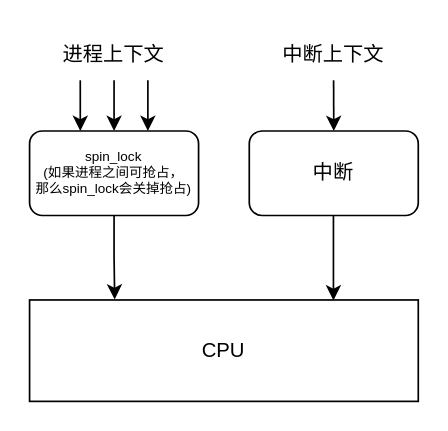
Earlier version of the draw.io diagram spin_lock作用域.drawio (denglin12315/drawio_repo). Source tidied: cells renumbered, new cells numbered last; positions are measured from the earlier drawing's top-left corner, leaving out a move shared by most shapes. Both pictures are drawn from the tidied source at 169%, with x=0, y=0 at pixel (29, 29).
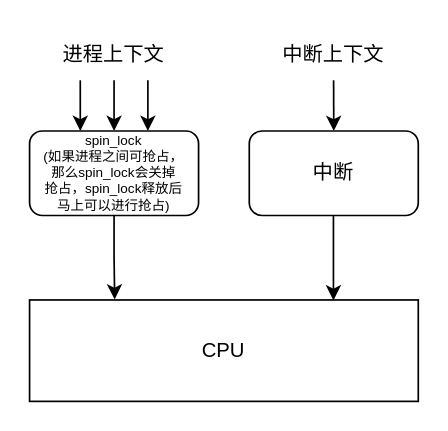
The same page after the edit.

Commit message (it also covers changes not shown here):
更新spin_lock作用域.drawio

What changed in the source:
```diff
@@
 <mxGraphModel>
   <root>
     <mxCell id="0" />
     <mxCell id="1" parent="0" />
     <mxCell id="2" value="CPU" style="rounded=0;whiteSpace=wrap;html=1;" parent="1" vertex="1">
       <mxGeometry y="160" width="230" height="60" as="geometry" />
     </mxCell>
-    <mxCell id="3" value="spin_lock&lt;div style=&quot;font-size: 8px;&quot;&gt;(如果进程之间可抢占，&lt;/div&gt;&lt;div style=&quot;font-size: 8px;&quot;&gt;那么spin_lock会关掉抢占)&lt;/div&gt;" style="rounded=1;whiteSpace=wrap;html=1;fontSize=8;" parent="1" vertex="1">
+    <mxCell id="3" value="spin_lock&lt;div style=&quot;font-size: 8px;&quot;&gt;(如果进程之间可抢占，&lt;/div&gt;&lt;div style=&quot;font-size: 8px;&quot;&gt;那么spin_lock会关掉&lt;/div&gt;&lt;div style=&quot;font-size: 8px;&quot;&gt;抢占，spin_lock释放后&lt;/div&gt;&lt;div style=&quot;font-size: 8px;&quot;&gt;马上可以进行抢占)&lt;/div&gt;" style="rounded=1;whiteSpace=wrap;html=1;fontSize=8;" parent="1" vertex="1">
       <mxGeometry y="60" width="100" height="50" as="geometry" />
     </mxCell>
     <mxCell id="4" style="endArrow=classic;html=1;rounded=0;entryX=0.5;entryY=0;entryDx=0;entryDy=0;" parent="1" edge="1" target="3">
       <mxGeometry relative="1" as="geometry">
         <mxPoint x="50" y="30" as="sourcePoint" />
       </mxGeometry>
     </mxCell>
     <mxCell id="5" style="edgeStyle=orthogonalEdgeStyle;rounded=0;jettySize=auto;html=1;exitX=0.5;exitY=1;exitDx=0;exitDy=0;entryX=0.219;entryY=-0.005;entryDx=0;entryDy=0;entryPerimeter=0;" parent="1" edge="1" source="3" target="2">
       <mxGeometry relative="1" as="geometry" />
     </mxCell>
     <mxCell id="6" value="中断" style="rounded=1;whiteSpace=wrap;html=1;" parent="1" vertex="1">
       <mxGeometry x="130" y="60" width="100" height="50" as="geometry" />
     </mxCell>
     <mxCell id="7" style="edgeStyle=orthogonalEdgeStyle;rounded=0;orthogonalLoop=1;jettySize=auto;html=1;exitX=0.5;exitY=1;exitDx=0;exitDy=0;entryX=0.219;entryY=-0.005;entryDx=0;entryDy=0;entryPerimeter=0;" parent="1" edge="1">
       <mxGeometry relative="1" as="geometry">
         <mxPoint x="179.8" y="110.3" as="sourcePoint" />
         <mxPoint x="179.8" y="160.3" as="targetPoint" />
       </mxGeometry>
     </mxCell>
     <mxCell id="8" style="endArrow=classic;html=1;rounded=0;" parent="1" edge="1">
       <mxGeometry relative="1" as="geometry">
         <mxPoint x="179.9" y="30" as="sourcePoint" />
         <mxPoint x="180" y="60" as="targetPoint" />
       </mxGeometry>
     </mxCell>
     <mxCell id="9" value="中断上下文" style="text;html=1;align=center;verticalAlign=middle;whiteSpace=wrap;rounded=0;" parent="1" vertex="1">
       <mxGeometry x="140" width="80" height="30" as="geometry" />
     </mxCell>
     <mxCell id="10" value="进程上下文" style="text;html=1;align=center;verticalAlign=middle;whiteSpace=wrap;rounded=0;" parent="1" vertex="1">
       <mxGeometry x="10" width="80" height="30" as="geometry" />
     </mxCell>
     <mxCell id="11" style="endArrow=classic;html=1;rounded=0;" parent="1" edge="1">
       <mxGeometry relative="1" as="geometry">
         <mxPoint x="70" y="30" as="sourcePoint" />
         <mxPoint x="70" y="60" as="targetPoint" />
       </mxGeometry>
     </mxCell>
     <mxCell id="12" style="endArrow=classic;html=1;rounded=0;" parent="1" edge="1">
       <mxGeometry relative="1" as="geometry">
         <mxPoint x="30" y="30" as="sourcePoint" />
         <mxPoint x="30" y="60" as="targetPoint" />
       </mxGeometry>
     </mxCell>
   </root>
 </mxGraphModel>
```
